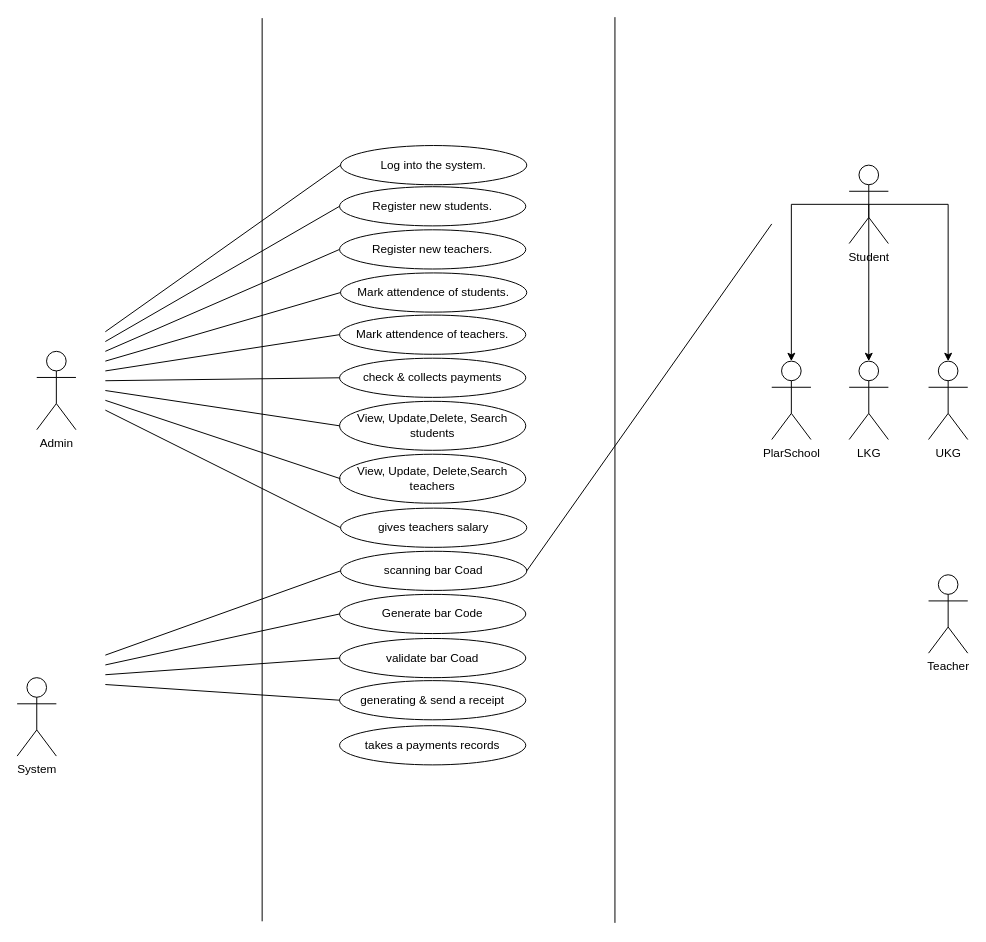
Earlier version of the draw.io diagram UseCase.drawio (Dulara-Akalanka/Group-Software-Project). Source tidied: cells renumbered, new cells numbered last; positions are measured from the earlier drawing's top-left corner, leaving out a move shared by most shapes. Both pictures are drawn from the tidied source at 98%, with x=0, y=0 at pixel (17, 17).
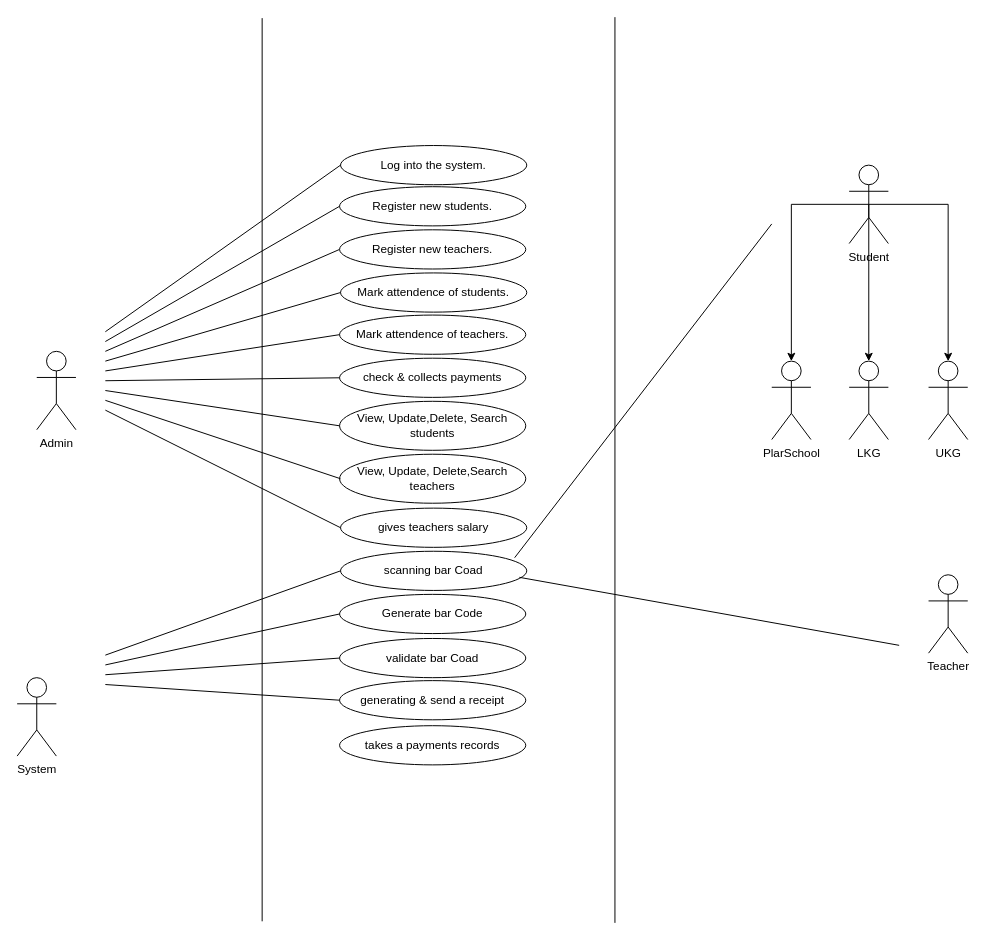
Above is the later version.

The change refers to these unchanged cells:
```xml
<mxCell id="6" value="scanning bar Coad" style="ellipse;whiteSpace=wrap;html=1;" parent="1" vertex="1">
  <mxGeometry x="330" y="545" width="190" height="40" as="geometry" />
</mxCell>
```

Diff of the diagram source:
```diff
@@
-    <mxCell id="17" style="endArrow=none;html=1;rounded=0;exitX=1;exitY=0.5;exitDx=0;exitDy=0;" parent="1" edge="1" source="6">
+    <mxCell id="17" style="endArrow=none;html=1;rounded=0;exitX=0.935;exitY=0.165;exitDx=0;exitDy=0;exitPerimeter=0;" parent="1" edge="1" source="6">
       <mxGeometry relative="1" as="geometry">
         <mxPoint x="770" y="211" as="targetPoint" />
       </mxGeometry>
     </mxCell>
@@
+    <mxCell id="42" style="endArrow=none;html=1;rounded=0;exitX=0.96;exitY=0.665;exitDx=0;exitDy=0;exitPerimeter=0;" parent="1" edge="1" source="6">
+      <mxGeometry relative="1" as="geometry">
+        <mxPoint x="900" y="641" as="targetPoint" />
+      </mxGeometry>
+    </mxCell>
```
